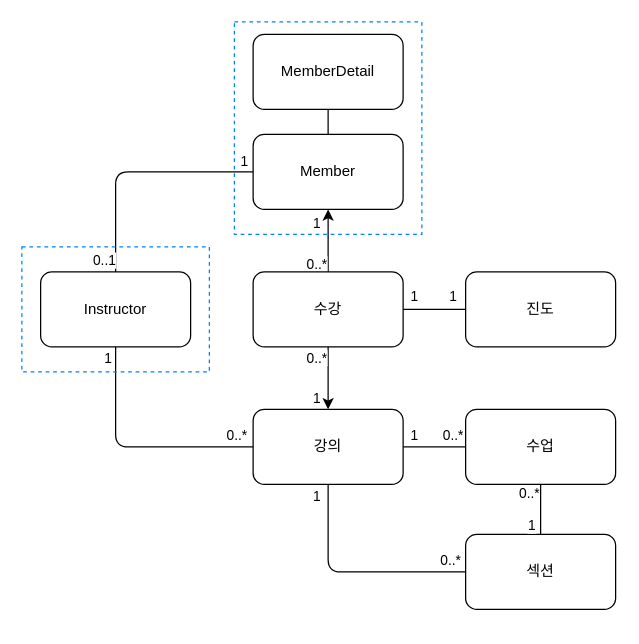
kyhyeok/splearn keeps this draw.io diagram as 도메인모델.drawio. Above is the earlier version. Source tidied: cells renumbered, new cells numbered last; positions are measured from the earlier drawing's top-left corner, leaving out a move shared by most shapes. Both pictures are drawn from the tidied source at 125%, with x=0, y=0 at pixel (21, 21).
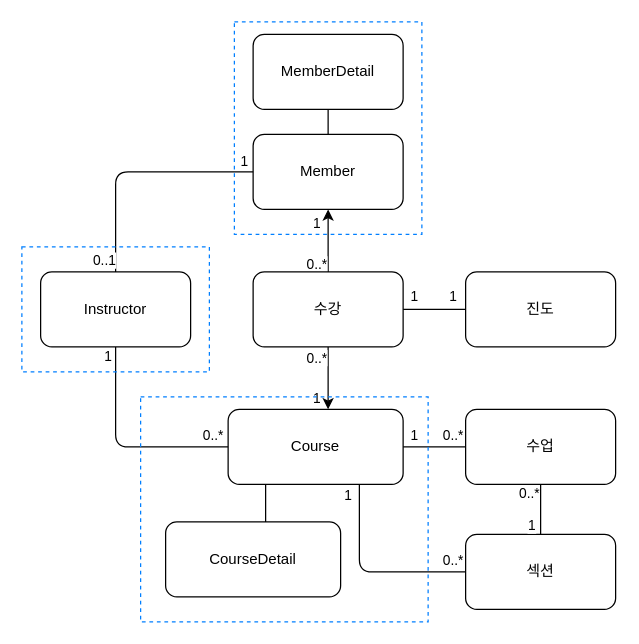
The same page after the edit.

Commit message (it also covers changes not shown here):
강의 도메인 개발 part 1

Unchanged cells that the change refers to:
```xml
<mxCell id="11" value="수강" style="rounded=1;whiteSpace=wrap;html=1;" parent="1" vertex="1">
  <mxGeometry x="185" y="200" width="120" height="60" as="geometry" />
</mxCell>
<mxCell id="13" value="섹션" style="rounded=1;whiteSpace=wrap;html=1;" parent="1" vertex="1">
  <mxGeometry x="355" y="410" width="120" height="60" as="geometry" />
</mxCell>
```

Change to the diagram source:
```diff
@@
-    <mxCell id="4" value="강의" style="rounded=1;whiteSpace=wrap;html=1;" parent="1" vertex="1">
-      <mxGeometry x="185" y="310" width="120" height="60" as="geometry" />
+    <mxCell id="4" value="Course" style="rounded=1;whiteSpace=wrap;html=1;" parent="1" vertex="1">
+      <mxGeometry x="165" y="310" width="140" height="60" as="geometry" />
     </mxCell>
@@
-    <mxCell id="8" style="edgeStyle=orthogonalEdgeStyle;rounded=1;jettySize=auto;html=1;exitX=0.5;exitY=1;exitDx=0;exitDy=0;entryX=0.5;entryY=0;entryDx=0;entryDy=0;" parent="1" edge="1" source="11" target="4">
-      <mxGeometry relative="1" as="geometry" />
+    <mxCell id="8" style="edgeStyle=orthogonalEdgeStyle;rounded=1;jettySize=auto;html=1;exitX=0.5;exitY=1;exitDx=0;exitDy=0;" parent="1" edge="1" source="11">
+      <mxGeometry relative="1" as="geometry">
+        <mxPoint x="245" y="310" as="targetPoint" />
+      </mxGeometry>
     </mxCell>
@@
-    <mxCell id="29" style="endArrow=none;html=1;rounded=1;entryX=0;entryY=0.5;entryDx=0;entryDy=0;exitX=0.5;exitY=1;exitDx=0;exitDy=0;" parent="1" edge="1" source="4" target="13">
+    <mxCell id="29" style="endArrow=none;html=1;rounded=1;entryX=0;entryY=0.5;entryDx=0;entryDy=0;exitX=0.75;exitY=1;exitDx=0;exitDy=0;" parent="1" edge="1" source="4" target="13">
       <mxGeometry relative="1" as="geometry">
         <Array as="points">
-          <mxPoint x="245" y="440" />
+          <mxPoint x="270" y="440" />
         </Array>
       </mxGeometry>
     </mxCell>
@@
+    <mxCell id="34" style="rounded=0;whiteSpace=wrap;html=1;fillColor=none;fillStyle=auto;strokeColor=#007FFF;dashed=1;" parent="1" vertex="1">
+      <mxGeometry x="170" width="150" height="170" as="geometry" />
+    </mxCell>
@@
-    <mxCell id="34" style="rounded=0;whiteSpace=wrap;html=1;fillColor=none;fillStyle=auto;strokeColor=#007FFF;dashed=1;" parent="1" vertex="1">
-      <mxGeometry x="170" width="150" height="170" as="geometry" />
-    </mxCell>
@@
+    <mxCell id="36" value="CourseDetail" style="rounded=1;whiteSpace=wrap;html=1;" parent="1" vertex="1">
+      <mxGeometry x="115" y="400" width="140" height="60" as="geometry" />
+    </mxCell>
+    <mxCell id="37" style="endArrow=none;html=1;rounded=1;" parent="1" edge="1">
+      <mxGeometry relative="1" as="geometry">
+        <mxPoint x="475" y="70" as="sourcePoint" />
+        <mxPoint x="475" y="70" as="targetPoint" />
+      </mxGeometry>
+    </mxCell>
+    <mxCell id="38" style="endArrow=none;html=1;rounded=1;entryX=0.5;entryY=1;entryDx=0;entryDy=0;" parent="1" edge="1">
+      <mxGeometry relative="1" as="geometry">
+        <mxPoint x="195" y="400" as="sourcePoint" />
+        <mxPoint x="195" y="370" as="targetPoint" />
+      </mxGeometry>
+    </mxCell>
+    <mxCell id="39" style="rounded=0;whiteSpace=wrap;html=1;fillColor=none;fillStyle=auto;strokeColor=#007FFF;dashed=1;" parent="1" vertex="1">
+      <mxGeometry x="95" y="300" width="230" height="180" as="geometry" />
+    </mxCell>
```
